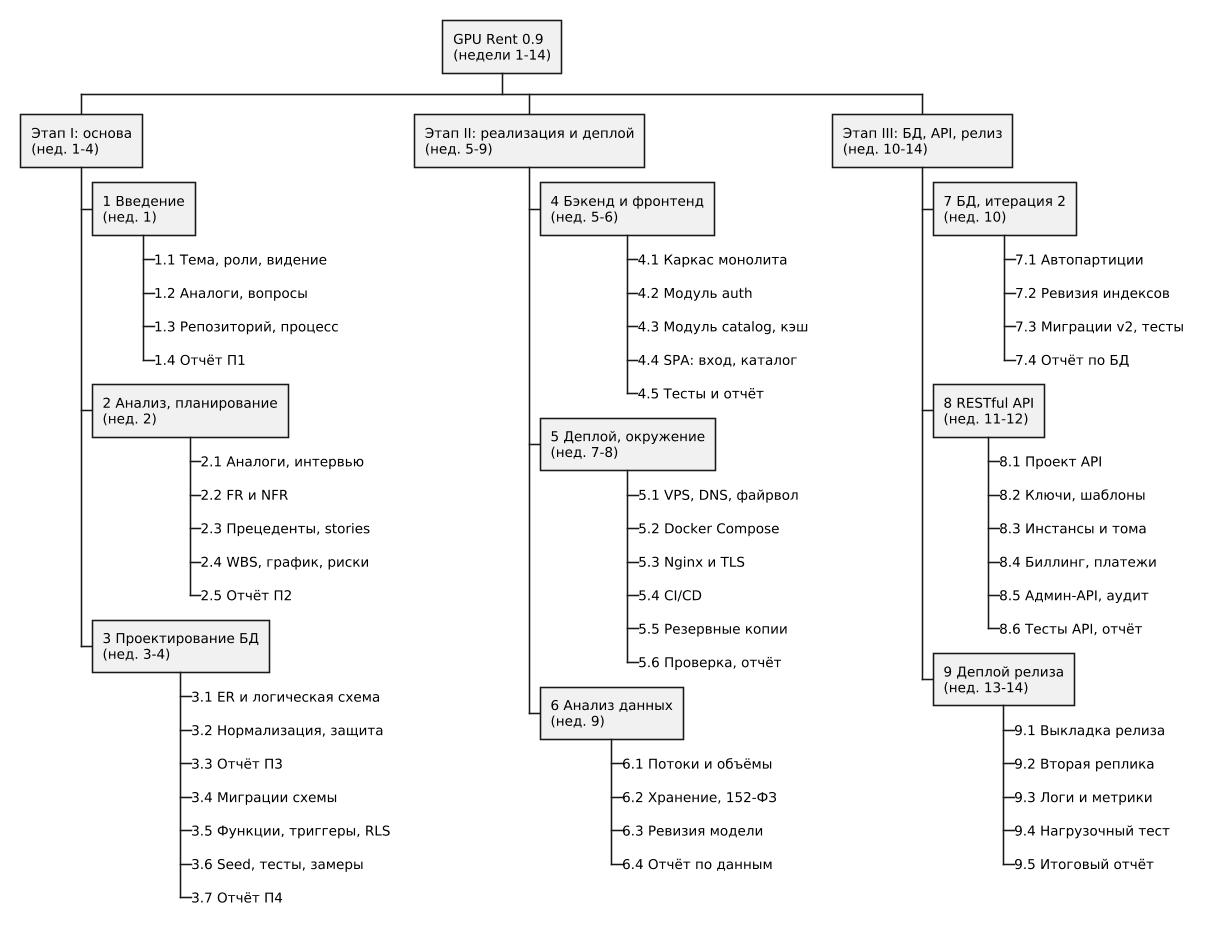
The PlantUML diagram docs/diagrams/png/pr2-wbs.png in hosjpps/gpu-rent, before a commit.
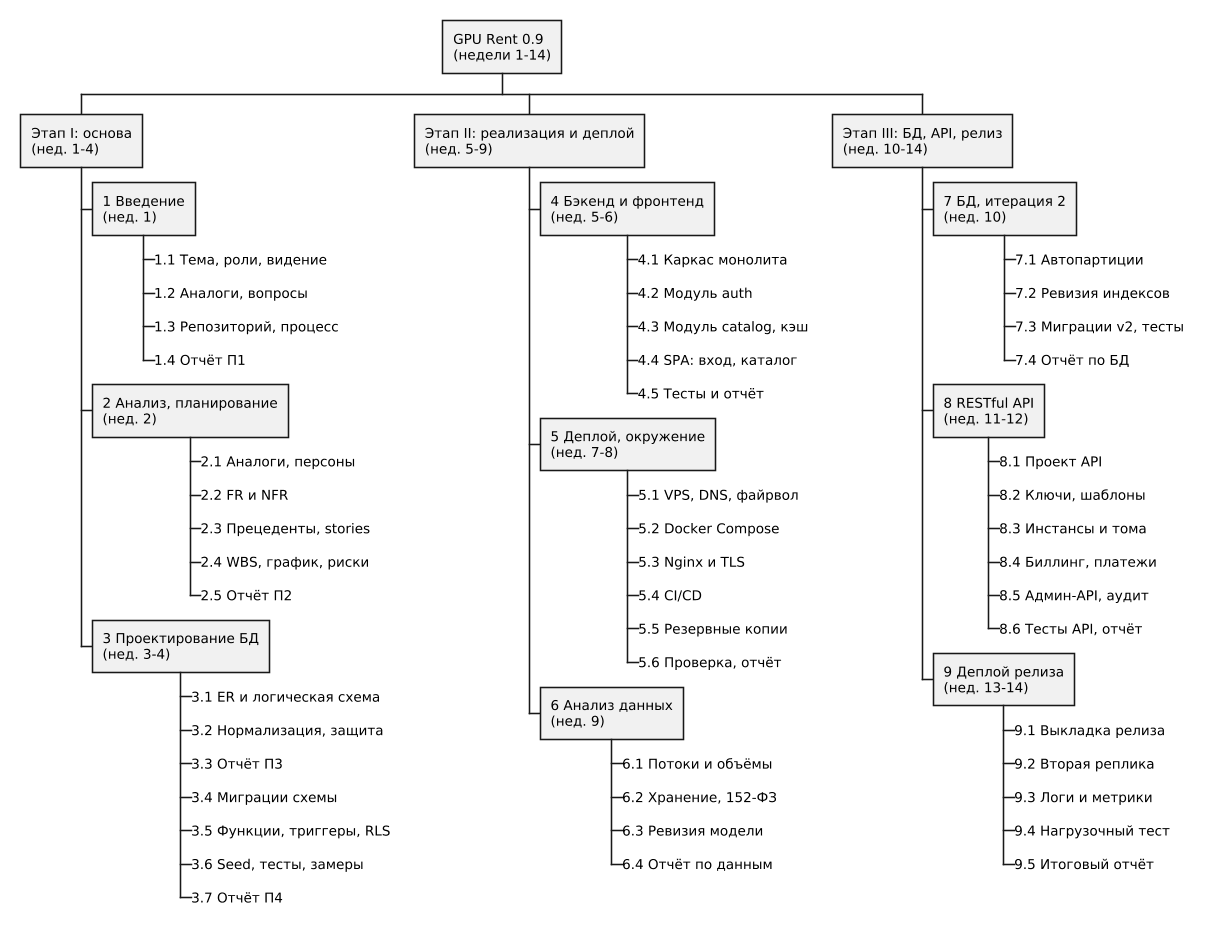
After the commit.

The edit, as a diff of the source:
```diff
@@ -12,7 +12,7 @@
 ****_ 1.3 Репозиторий, процесс
 ****_ 1.4 Отчёт П1
 *** 2 Анализ, планирование\n(нед. 2)
-****_ 2.1 Аналоги, интервью
+****_ 2.1 Аналоги, персоны
 ****_ 2.2 FR и NFR
 ****_ 2.3 Прецеденты, stories
 ****_ 2.4 WBS, график, риски
```
